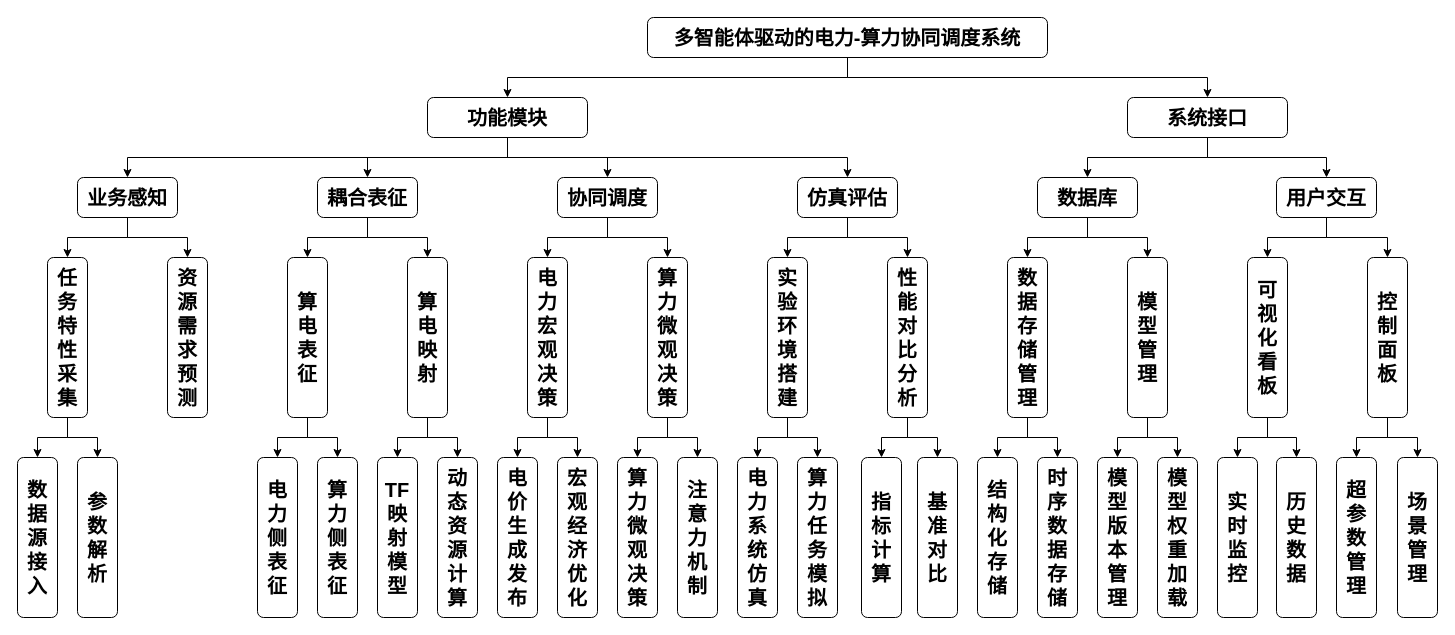
Before: 开题报告系统图.drawio in Bang0518/draw_figs, a draw.io diagram. Source tidied: cells renumbered, new cells numbered last; positions are measured from the earlier drawing's top-left corner, leaving out a move shared by most shapes. Both pictures are drawn from the tidied source at 100%, with x=0, y=0 at pixel (17, 17).
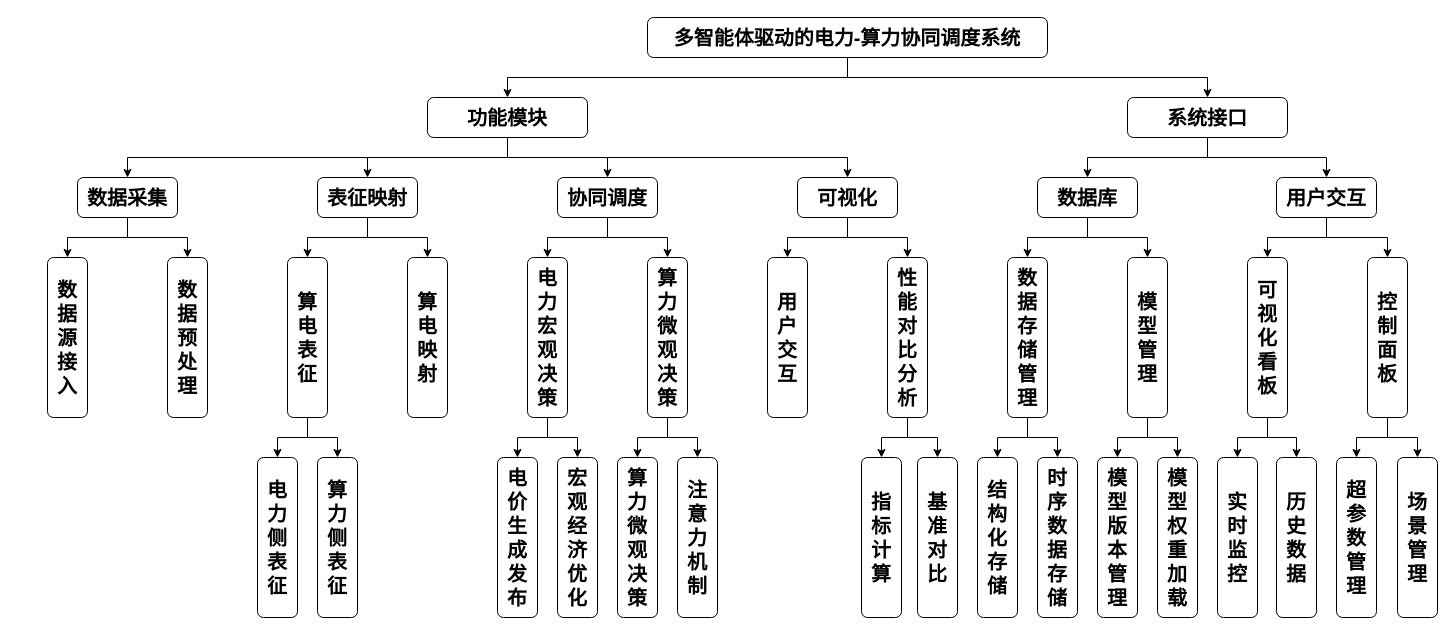
The same page after the edit.

Commit message:
更新开题报告系统图.drawio

Unchanged cells that the change refers to:
```xml
<mxCell id="34" value="&lt;font face=&quot;微软雅黑&quot;&gt;&lt;span style=&quot;font-size: 20px;&quot;&gt;&lt;b&gt;算电映射&lt;/b&gt;&lt;/span&gt;&lt;/font&gt;" style="rounded=1;whiteSpace=wrap;html=1;" parent="1" vertex="1">
  <mxGeometry x="390" y="240" width="40" height="160" as="geometry" />
</mxCell>
```

What changed in the source:
```diff
@@
-    <mxCell id="15" value="&lt;p style=&quot;margin-top: 0pt; margin-bottom: 0pt; margin-left: 0in; direction: ltr; unicode-bidi: embed; word-break: normal;&quot;&gt;&lt;span style=&quot;font-family: 微软雅黑; font-size: 20px; font-weight: 700;&quot;&gt;耦合表征&lt;/span&gt;&lt;/p&gt;" style="rounded=1;whiteSpace=wrap;html=1;" parent="1" vertex="1">
+    <mxCell id="15" value="&lt;p style=&quot;margin-top: 0pt; margin-bottom: 0pt; margin-left: 0in; direction: ltr; unicode-bidi: embed; word-break: normal;&quot;&gt;&lt;font face=&quot;微软雅黑&quot;&gt;&lt;span style=&quot;font-size: 20px;&quot;&gt;&lt;b&gt;表征映射&lt;/b&gt;&lt;/span&gt;&lt;/font&gt;&lt;/p&gt;" style="rounded=1;whiteSpace=wrap;html=1;" parent="1" vertex="1">
       <mxGeometry x="300" y="160" width="100" height="40" as="geometry" />
     </mxCell>
@@
-    <mxCell id="18" value="&lt;p style=&quot;margin-top: 0pt; margin-bottom: 0pt; margin-left: 0in; direction: ltr; unicode-bidi: embed; word-break: normal;&quot;&gt;&lt;span style=&quot;font-family: 微软雅黑; font-size: 20px; font-weight: 700;&quot;&gt;业务感知&lt;/span&gt;&lt;/p&gt;" style="rounded=1;whiteSpace=wrap;html=1;" parent="1" vertex="1">
+    <mxCell id="18" value="&lt;p style=&quot;margin-top: 0pt; margin-bottom: 0pt; margin-left: 0in; direction: ltr; unicode-bidi: embed; word-break: normal;&quot;&gt;&lt;span style=&quot;font-family: 微软雅黑; font-size: 20px; font-weight: 700;&quot;&gt;数据采集&lt;/span&gt;&lt;/p&gt;" style="rounded=1;whiteSpace=wrap;html=1;" parent="1" vertex="1">
       <mxGeometry x="60" y="160" width="100" height="40" as="geometry" />
     </mxCell>
@@
-    <mxCell id="24" value="&lt;p style=&quot;margin-top: 0pt; margin-bottom: 0pt; margin-left: 0in; direction: ltr; unicode-bidi: embed; word-break: normal;&quot;&gt;&lt;span style=&quot;font-family: 微软雅黑; font-size: 20px; font-weight: 700;&quot;&gt;仿真评估&lt;/span&gt;&lt;/p&gt;" style="rounded=1;whiteSpace=wrap;html=1;" parent="1" vertex="1">
+    <mxCell id="24" value="&lt;p style=&quot;margin-top: 0pt; margin-bottom: 0pt; margin-left: 0in; direction: ltr; unicode-bidi: embed; word-break: normal;&quot;&gt;&lt;font face=&quot;微软雅黑&quot;&gt;&lt;span style=&quot;font-size: 20px;&quot;&gt;&lt;b&gt;可视化&lt;/b&gt;&lt;/span&gt;&lt;/font&gt;&lt;/p&gt;" style="rounded=1;whiteSpace=wrap;html=1;" parent="1" vertex="1">
       <mxGeometry x="780" y="160" width="100" height="40" as="geometry" />
     </mxCell>
-    <mxCell id="25" style="edgeStyle=orthogonalEdgeStyle;rounded=0;jettySize=auto;html=1;exitX=0.5;exitY=1;exitDx=0;exitDy=0;entryX=0.5;entryY=0;entryDx=0;entryDy=0;" parent="1" edge="1" source="27" target="65">
-      <mxGeometry relative="1" as="geometry" />
-    </mxCell>
-    <mxCell id="26" style="edgeStyle=orthogonalEdgeStyle;rounded=0;jettySize=auto;html=1;exitX=0.5;exitY=1;exitDx=0;exitDy=0;entryX=0.5;entryY=0;entryDx=0;entryDy=0;" parent="1" edge="1" source="27" target="66">
-      <mxGeometry relative="1" as="geometry" />
-    </mxCell>
-    <mxCell id="27" value="&lt;font face=&quot;微软雅黑&quot;&gt;&lt;span style=&quot;font-size: 20px;&quot;&gt;&lt;b&gt;任务特性采集&lt;/b&gt;&lt;/span&gt;&lt;/font&gt;" style="rounded=1;whiteSpace=wrap;html=1;" parent="1" vertex="1">
+    <mxCell id="27" value="&lt;font face=&quot;微软雅黑&quot;&gt;&lt;span style=&quot;font-size: 20px;&quot;&gt;&lt;b&gt;数据源接入&lt;/b&gt;&lt;/span&gt;&lt;/font&gt;" style="rounded=1;whiteSpace=wrap;html=1;" parent="1" vertex="1">
       <mxGeometry x="30" y="240" width="40" height="160" as="geometry" />
     </mxCell>
-    <mxCell id="28" value="&lt;font face=&quot;微软雅黑&quot;&gt;&lt;span style=&quot;font-size: 20px;&quot;&gt;&lt;b&gt;资源需求预测&lt;/b&gt;&lt;/span&gt;&lt;/font&gt;" style="rounded=1;whiteSpace=wrap;html=1;" parent="1" vertex="1">
+    <mxCell id="28" value="&lt;font face=&quot;微软雅黑&quot;&gt;&lt;span style=&quot;font-size: 20px;&quot;&gt;&lt;b&gt;数据预处理&lt;/b&gt;&lt;/span&gt;&lt;/font&gt;" style="rounded=1;whiteSpace=wrap;html=1;" parent="1" vertex="1">
       <mxGeometry x="150" y="240" width="40" height="160" as="geometry" />
     </mxCell>
@@
-    <mxCell id="32" style="edgeStyle=orthogonalEdgeStyle;rounded=0;jettySize=auto;html=1;exitX=0.5;exitY=1;exitDx=0;exitDy=0;entryX=0.5;entryY=0;entryDx=0;entryDy=0;" parent="1" edge="1" source="34" target="69">
-      <mxGeometry relative="1" as="geometry" />
-    </mxCell>
-    <mxCell id="33" style="edgeStyle=orthogonalEdgeStyle;rounded=0;jettySize=auto;html=1;exitX=0.5;exitY=1;exitDx=0;exitDy=0;entryX=0.5;entryY=0;entryDx=0;entryDy=0;" parent="1" edge="1" source="34" target="70">
-      <mxGeometry relative="1" as="geometry" />
-    </mxCell>
@@
-    <mxCell id="41" style="edgeStyle=orthogonalEdgeStyle;rounded=0;jettySize=auto;html=1;exitX=0.5;exitY=1;exitDx=0;exitDy=0;entryX=0.5;entryY=0;entryDx=0;entryDy=0;" parent="1" edge="1" source="43" target="81">
-      <mxGeometry relative="1" as="geometry" />
-    </mxCell>
-    <mxCell id="42" style="edgeStyle=orthogonalEdgeStyle;rounded=0;jettySize=auto;html=1;exitX=0.5;exitY=1;exitDx=0;exitDy=0;entryX=0.5;entryY=0;entryDx=0;entryDy=0;" parent="1" edge="1" source="43" target="82">
-      <mxGeometry relative="1" as="geometry" />
-    </mxCell>
-    <mxCell id="43" value="&lt;font face=&quot;微软雅黑&quot;&gt;&lt;span style=&quot;font-size: 20px;&quot;&gt;&lt;b&gt;实验环境搭建&lt;/b&gt;&lt;/span&gt;&lt;/font&gt;" style="rounded=1;whiteSpace=wrap;html=1;" parent="1" vertex="1">
+    <mxCell id="43" value="&lt;font face=&quot;微软雅黑&quot;&gt;&lt;span style=&quot;font-size: 20px;&quot;&gt;&lt;b&gt;用户交互&lt;/b&gt;&lt;/span&gt;&lt;/font&gt;" style="rounded=1;whiteSpace=wrap;html=1;" parent="1" vertex="1">
       <mxGeometry x="750" y="240" width="40" height="160" as="geometry" />
     </mxCell>
@@
-    <mxCell id="65" value="&lt;font face=&quot;微软雅黑&quot;&gt;&lt;span style=&quot;font-size: 20px;&quot;&gt;&lt;b&gt;数据源接入&lt;/b&gt;&lt;/span&gt;&lt;/font&gt;" style="rounded=1;whiteSpace=wrap;html=1;" parent="1" vertex="1">
-      <mxGeometry y="440" width="40" height="160" as="geometry" />
-    </mxCell>
-    <mxCell id="66" value="&lt;font face=&quot;微软雅黑&quot;&gt;&lt;span style=&quot;font-size: 20px;&quot;&gt;&lt;b&gt;参数解析&lt;/b&gt;&lt;/span&gt;&lt;/font&gt;" style="rounded=1;whiteSpace=wrap;html=1;" parent="1" vertex="1">
-      <mxGeometry x="60" y="440" width="40" height="160" as="geometry" />
-    </mxCell>
@@
-    <mxCell id="69" value="&lt;font face=&quot;微软雅黑&quot;&gt;&lt;span style=&quot;font-size: 20px;&quot;&gt;&lt;b&gt;TF映射模型&lt;/b&gt;&lt;/span&gt;&lt;/font&gt;" style="rounded=1;whiteSpace=wrap;html=1;" parent="1" vertex="1">
-      <mxGeometry x="360" y="440" width="40" height="160" as="geometry" />
-    </mxCell>
-    <mxCell id="70" value="&lt;b style=&quot;font-family: 微软雅黑; font-size: 20px;&quot;&gt;动态资源计算&lt;/b&gt;" style="rounded=1;whiteSpace=wrap;html=1;" parent="1" vertex="1">
-      <mxGeometry x="420" y="440" width="40" height="160" as="geometry" />
-    </mxCell>
@@
-    <mxCell id="81" value="&lt;font face=&quot;微软雅黑&quot;&gt;&lt;span style=&quot;font-size: 20px;&quot;&gt;&lt;b&gt;电力系统仿真&lt;/b&gt;&lt;/span&gt;&lt;/font&gt;" style="rounded=1;whiteSpace=wrap;html=1;" parent="1" vertex="1">
-      <mxGeometry x="720" y="440" width="40" height="160" as="geometry" />
-    </mxCell>
-    <mxCell id="82" value="&lt;font face=&quot;微软雅黑&quot;&gt;&lt;span style=&quot;font-size: 20px;&quot;&gt;&lt;b&gt;算力任务模拟&lt;/b&gt;&lt;/span&gt;&lt;/font&gt;" style="rounded=1;whiteSpace=wrap;html=1;" parent="1" vertex="1">
-      <mxGeometry x="780" y="440" width="40" height="160" as="geometry" />
-    </mxCell>
```
